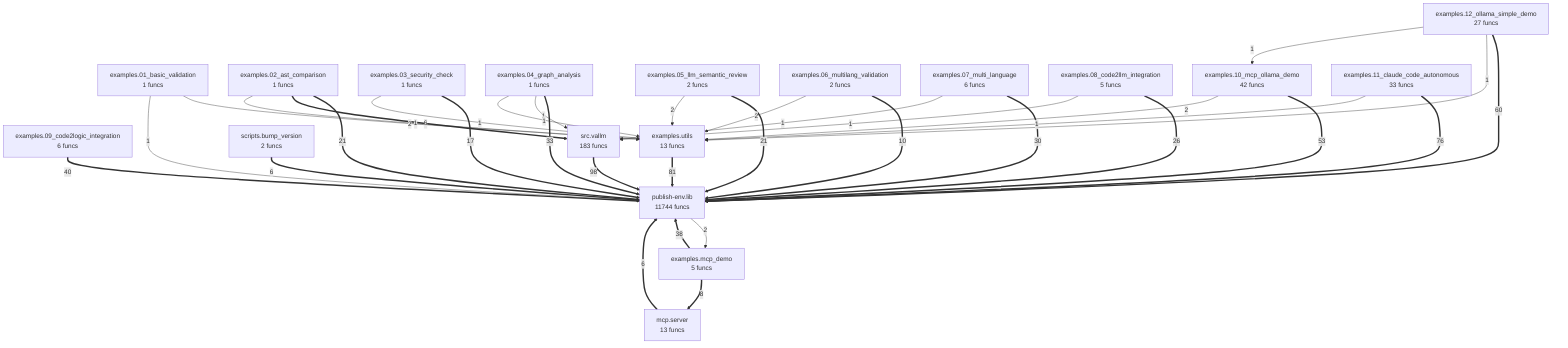
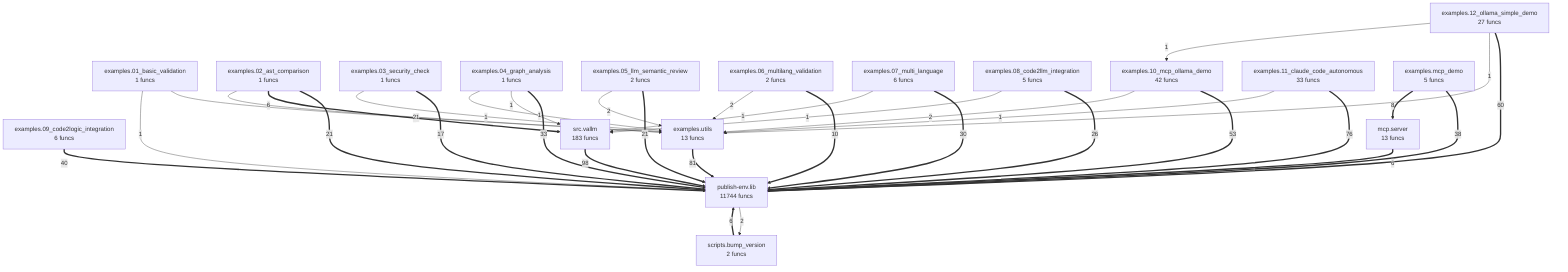
flowchart TD
    examples_01_basic_validation["examples.01_basic_validation<br/>1 funcs"]
    examples_02_ast_comparison["examples.02_ast_comparison<br/>1 funcs"]
    examples_03_security_check["examples.03_security_check<br/>1 funcs"]
    examples_04_graph_analysis["examples.04_graph_analysis<br/>1 funcs"]
    examples_05_llm_semantic_review["examples.05_llm_semantic_review<br/>2 funcs"]
    examples_06_multilang_validation["examples.06_multilang_validation<br/>2 funcs"]
    examples_07_multi_language["examples.07_multi_language<br/>6 funcs"]
    examples_08_code2llm_integration["examples.08_code2llm_integration<br/>5 funcs"]
    examples_09_code2logic_integration["examples.09_code2logic_integration<br/>6 funcs"]
    examples_10_mcp_ollama_demo["examples.10_mcp_ollama_demo<br/>42 funcs"]
    examples_11_claude_code_autonomous["examples.11_claude_code_autonomous<br/>33 funcs"]
    examples_12_ollama_simple_demo["examples.12_ollama_simple_demo<br/>27 funcs"]
    examples_mcp_demo["examples.mcp_demo<br/>5 funcs"]
    examples_utils["examples.utils<br/>13 funcs"]
    mcp_server["mcp.server<br/>13 funcs"]
    publish_env_lib["publish-env.lib<br/>11744 funcs"]
    scripts_bump_version["scripts.bump_version<br/>2 funcs"]
    src_vallm["src.vallm<br/>183 funcs"]
    src_vallm ==>|98| publish_env_lib
    examples_utils ==>|81| publish_env_lib
    examples_11_claude_code_autonomous ==>|76| publish_env_lib
    examples_12_ollama_simple_demo ==>|60| publish_env_lib
    examples_10_mcp_ollama_demo ==>|53| publish_env_lib
    examples_09_code2logic_integration ==>|40| publish_env_lib
    examples_mcp_demo ==>|38| publish_env_lib
    examples_04_graph_analysis ==>|33| publish_env_lib
    examples_07_multi_language ==>|30| publish_env_lib
    examples_08_code2llm_integration ==>|26| publish_env_lib
    examples_05_llm_semantic_review ==>|21| publish_env_lib
    examples_02_ast_comparison ==>|21| publish_env_lib
    examples_03_security_check ==>|17| publish_env_lib
    examples_06_multilang_validation ==>|10| publish_env_lib
    examples_mcp_demo ==>|8| mcp_server
    scripts_bump_version ==>|6| publish_env_lib
    mcp_server ==>|6| publish_env_lib
    examples_02_ast_comparison ==>|6| src_vallm
-     publish_env_lib -->|2| examples_mcp_demo
+     publish_env_lib -->|2| scripts_bump_version
    examples_05_llm_semantic_review -->|2| examples_utils
    examples_01_basic_validation -->|2| examples_utils
    examples_06_multilang_validation -->|2| examples_utils
    examples_10_mcp_ollama_demo -->|2| examples_utils
    examples_04_graph_analysis -->|1| src_vallm
    examples_04_graph_analysis -->|1| examples_utils
+     examples_12_ollama_simple_demo -->|1| examples_utils
    examples_11_claude_code_autonomous -->|1| examples_utils
    examples_01_basic_validation -->|1| publish_env_lib
    examples_02_ast_comparison -->|1| examples_utils
-     examples_12_ollama_simple_demo -->|1| examples_utils
    examples_03_security_check -->|1| examples_utils
    examples_07_multi_language -->|1| src_vallm
    examples_08_code2llm_integration -->|1| src_vallm
    examples_12_ollama_simple_demo -->|1| examples_10_mcp_ollama_demo
